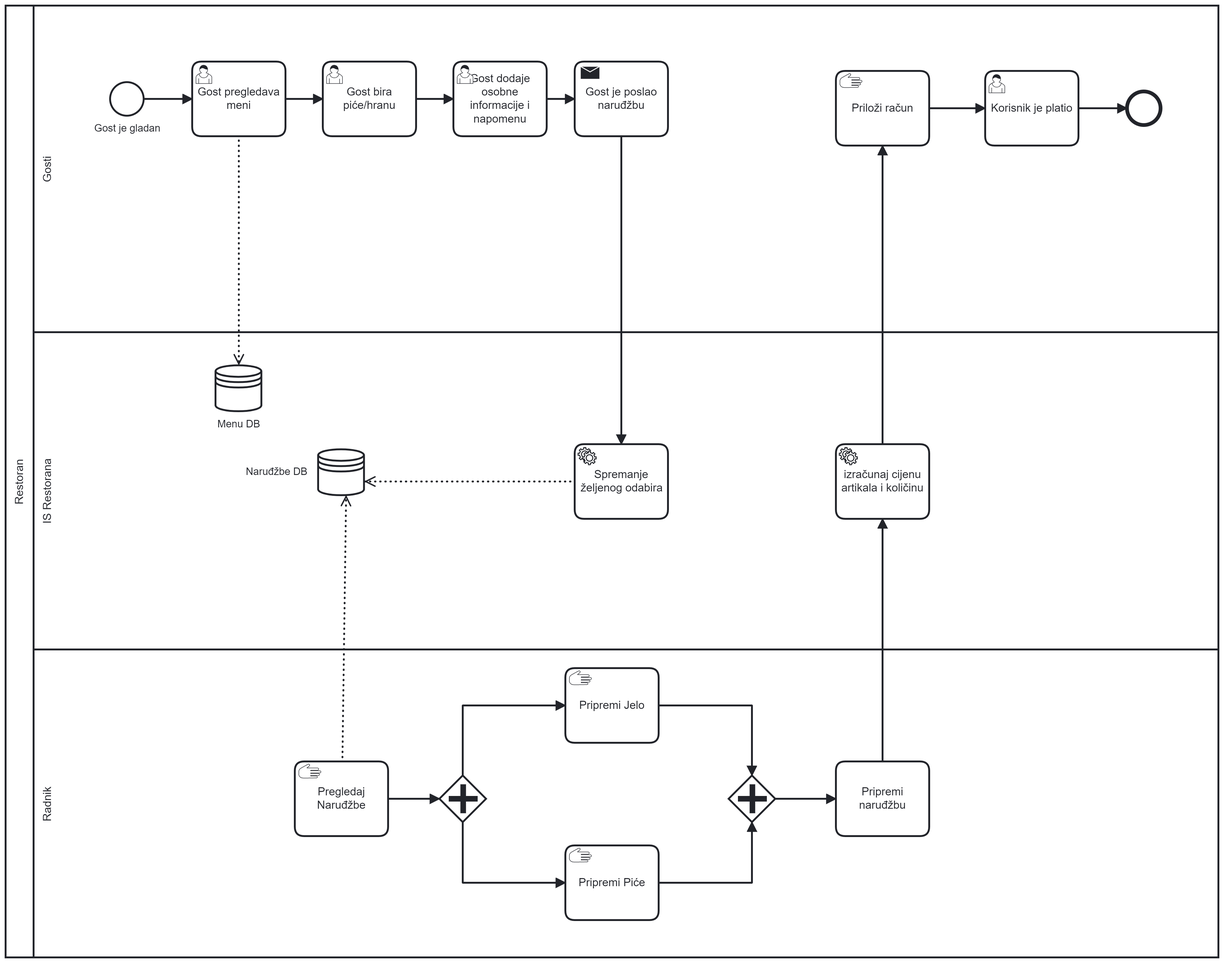
Before: high-level-model.png, a diagram exported from BPMN (Cabraja8/ProjektUPP). Its source is kept beside it as high-level-model.bpmn. Ids are renumbered.
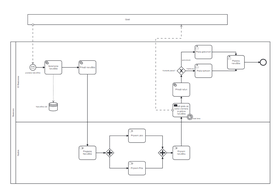
After the commit.

Commit message:
dodan kod za spremanje js koji sprema u 'bazi' prikazi.js prikazuje korisniku narudzbu i za kojeg gosta, racun.js ispisuje racun

The edit, as a diff of the source:
```diff
@@ -1,4 +1,4 @@
-<bpmn:definitions xmlns:bpmn="http://www.omg.org/spec/BPMN/20100524/MODEL" xmlns:bpmndi="http://www.omg.org/spec/BPMN/20100524/DI" xmlns:dc="http://www.omg.org/spec/DD/20100524/DC" xmlns:di="http://www.omg.org/spec/DD/20100524/DI" xmlns:modeler="http://camunda.org/schema/modeler/1.0" id="Definitions_n1" targetNamespace="http://bpmn.io/schema/bpmn" exporter="Camunda Modeler" exporterVersion="5.4.1" modeler:executionPlatform="Camunda Platform" modeler:executionPlatformVersion="7.18.0">
+<bpmn:definitions xmlns:bpmn="http://www.omg.org/spec/BPMN/20100524/MODEL" xmlns:bpmndi="http://www.omg.org/spec/BPMN/20100524/DI" xmlns:dc="http://www.omg.org/spec/DD/20100524/DC" xmlns:di="http://www.omg.org/spec/DD/20100524/DI" xmlns:camunda="http://camunda.org/schema/1.0/bpmn" xmlns:xsi="http://www.w3.org/2001/XMLSchema-instance" xmlns:modeler="http://camunda.org/schema/modeler/1.0" id="Definitions_n1" targetNamespace="http://bpmn.io/schema/bpmn" exporter="Camunda Modeler" exporterVersion="5.4.1" modeler:executionPlatform="Camunda Platform" modeler:executionPlatformVersion="7.18.0">
   <bpmn:collaboration id="Collaboration_n2">
     <bpmn:participant id="Participant_n3" name="Restoran" processRef="Process_n4" />
     <bpmn:participant id="Participant_n5" name="Gosti" />
@@ -31,9 +31,9 @@
     </bpmn:laneSet>
     <bpmn:startEvent id="StartEvent_1" name="poslana naruđžba">
       <bpmn:outgoing>Flow_n27</bpmn:outgoing>
-      <bpmn:messageEventDefinition id="MessageEventDefinition_n28" />
+      <bpmn:messageEventDefinition id="MessageEventDefinition_n28" messageRef="Message_n48" />
     </bpmn:startEvent>
-    <bpmn:serviceTask id="Activity_n11" name="Spremanje naruđžbe">
+    <bpmn:serviceTask id="Activity_n11" name="Spremanje naruđžbe" camunda:type="external" camunda:topic="spremanje">
       <bpmn:incoming>Flow_n27</bpmn:incoming>
       <bpmn:outgoing>Flow_n29</bpmn:outgoing>
       <bpmn:dataOutputAssociation id="DataOutputAssociation_n30">
@@ -41,7 +41,7 @@
       </bpmn:dataOutputAssociation>
     </bpmn:serviceTask>
     <bpmn:dataStoreReference id="DataStoreReference_n31" name="Naruđžbe DB" />
-    <bpmn:serviceTask id="Activity_n12" name="Prikaži naruđžbe">
+    <bpmn:serviceTask id="Activity_n12" name="Prikaži naruđžbe" camunda:type="external" camunda:topic="narudzbe">
       <bpmn:incoming>Flow_n29</bpmn:incoming>
       <bpmn:outgoing>Flow_n32</bpmn:outgoing>
     </bpmn:serviceTask>
@@ -71,11 +71,11 @@
       <bpmn:incoming>Flow_n38</bpmn:incoming>
       <bpmn:outgoing>Flow_n39</bpmn:outgoing>
     </bpmn:manualTask>
-    <bpmn:sendTask id="Activity_n8" name="Prikaži gostu za koliko vremena je gotova naruđžba">
+    <bpmn:sendTask id="Activity_n8" name="Prikaži gostu za koliko vremena je gotova naruđžba" camunda:type="external" camunda:topic="prikazi">
       <bpmn:incoming>Flow_n39</bpmn:incoming>
       <bpmn:outgoing>Flow_n40</bpmn:outgoing>
     </bpmn:sendTask>
-    <bpmn:serviceTask id="Activity_n13" name="Prikaži račun">
+    <bpmn:serviceTask id="Activity_n13" name="Prikaži račun" camunda:type="external" camunda:topic="racun">
       <bpmn:incoming>Flow_n40</bpmn:incoming>
       <bpmn:outgoing>Flow_n41</bpmn:outgoing>
     </bpmn:serviceTask>
@@ -95,8 +95,10 @@
     <bpmn:endEvent id="Event_n17">
       <bpmn:incoming>Flow_n46</bpmn:incoming>
     </bpmn:endEvent>
-    <bpmn:boundaryEvent id="Event_n18" attachedToRef="Activity_n8">
-      <bpmn:timerEventDefinition id="TimerEventDefinition_n47" />
+    <bpmn:boundaryEvent id="Event_n18" name="wait time" attachedToRef="Activity_n8">
+      <bpmn:timerEventDefinition id="TimerEventDefinition_n47">
+        <bpmn:timeDuration xsi:type="bpmn:tFormalExpression">PT15M</bpmn:timeDuration>
+      </bpmn:timerEventDefinition>
     </bpmn:boundaryEvent>
     <bpmn:sequenceFlow id="Flow_n27" sourceRef="StartEvent_1" targetRef="Activity_n11" />
     <bpmn:sequenceFlow id="Flow_n29" sourceRef="Activity_n11" targetRef="Activity_n12" />
@@ -110,8 +112,12 @@
     <bpmn:sequenceFlow id="Flow_n39" sourceRef="Activity_n26" targetRef="Activity_n8" />
     <bpmn:sequenceFlow id="Flow_n40" sourceRef="Activity_n8" targetRef="Activity_n13" />
     <bpmn:sequenceFlow id="Flow_n41" sourceRef="Activity_n13" targetRef="Gateway_n14" />
-    <bpmn:sequenceFlow id="Flow_n42" name="Karticom" sourceRef="Gateway_n14" targetRef="Activity_n15" />
-    <bpmn:sequenceFlow id="Flow_n43" name="gotovinom" sourceRef="Gateway_n14" targetRef="Activity_n16" />
+    <bpmn:sequenceFlow id="Flow_n42" name="Karticom" sourceRef="Gateway_n14" targetRef="Activity_n15">
+      <bpmn:conditionExpression xsi:type="bpmn:tFormalExpression">${karticom}</bpmn:conditionExpression>
+    </bpmn:sequenceFlow>
+    <bpmn:sequenceFlow id="Flow_n43" name="gotovinom" sourceRef="Gateway_n14" targetRef="Activity_n16">
+      <bpmn:conditionExpression xsi:type="bpmn:tFormalExpression">${gotovinom}</bpmn:conditionExpression>
+    </bpmn:sequenceFlow>
     <bpmn:sequenceFlow id="Flow_n44" sourceRef="Activity_n15" targetRef="Activity_n19" />
     <bpmn:sequenceFlow id="Flow_n45" sourceRef="Activity_n16" targetRef="Activity_n19" />
     <bpmn:sequenceFlow id="Flow_n46" sourceRef="Activity_n19" targetRef="Event_n17" />
@@ -121,18 +127,19 @@
       <bpmn:outgoing>Flow_n46</bpmn:outgoing>
     </bpmn:userTask>
   </bpmn:process>
+  <bpmn:message id="Message_n48" name="Narudzba" />
   <bpmndi:BPMNDiagram id="BPMNDiagram_1">
     <bpmndi:BPMNPlane id="BPMNPlane_1" bpmnElement="Collaboration_n2">
       <bpmndi:BPMNShape id="Participant_n3_di" bpmnElement="Participant_n3" isHorizontal="true">
         <dc:Bounds x="160" y="240" width="1520" height="830" />
         <bpmndi:BPMNLabel />
       </bpmndi:BPMNShape>
+      <bpmndi:BPMNShape id="Lane_n20_di" bpmnElement="Lane_n20" isHorizontal="true">
+        <dc:Bounds x="190" y="710" width="1490" height="360" />
+        <bpmndi:BPMNLabel />
+      </bpmndi:BPMNShape>
       <bpmndi:BPMNShape id="Lane_n10_di" bpmnElement="Lane_n10" isHorizontal="true">
         <dc:Bounds x="190" y="240" width="1490" height="470" />
-        <bpmndi:BPMNLabel />
-      </bpmndi:BPMNShape>
-      <bpmndi:BPMNShape id="Lane_n20_di" bpmnElement="Lane_n20" isHorizontal="true">
-        <dc:Bounds x="190" y="710" width="1490" height="360" />
         <bpmndi:BPMNLabel />
       </bpmndi:BPMNShape>
       <bpmndi:BPMNShape id="Event_1af2t2y_di" bpmnElement="StartEvent_1">
@@ -197,6 +204,9 @@
       </bpmndi:BPMNShape>
       <bpmndi:BPMNShape id="Event_13t12gb_di" bpmnElement="Event_n18">
         <dc:Bounds x="1192" y="662" width="36" height="36" />
+        <bpmndi:BPMNLabel>
+          <dc:Bounds x="1228" y="683" width="43" height="14" />
+        </bpmndi:BPMNLabel>
       </bpmndi:BPMNShape>
       <bpmndi:BPMNEdge id="Flow_n27_di" bpmnElement="Flow_n27">
         <di:waypoint x="308" y="390" />
@@ -262,7 +272,7 @@
         <di:waypoint x="1160" y="300" />
         <di:waypoint x="1240" y="300" />
         <bpmndi:BPMNLabel>
-          <dc:Bounds x="1150" y="340" width="51" height="14" />
+          <dc:Bounds x="1164" y="340" width="51" height="14" />
         </bpmndi:BPMNLabel>
       </bpmndi:BPMNEdge>
       <bpmndi:BPMNEdge id="Flow_n44_di" bpmnElement="Flow_n44">
@@ -283,13 +293,13 @@
         <dc:Bounds x="260" y="80" width="1170" height="60" />
         <bpmndi:BPMNLabel />
       </bpmndi:BPMNShape>
+      <bpmndi:BPMNEdge id="DataOutputAssociation_n30_di" bpmnElement="DataOutputAssociation_n30">
+        <di:waypoint x="410" y="430" />
+        <di:waypoint x="410" y="595" />
+      </bpmndi:BPMNEdge>
       <bpmndi:BPMNEdge id="Flow_n6_di" bpmnElement="Flow_n6">
         <di:waypoint x="290" y="140" />
         <di:waypoint x="290" y="372" />
-      </bpmndi:BPMNEdge>
-      <bpmndi:BPMNEdge id="DataOutputAssociation_n30_di" bpmnElement="DataOutputAssociation_n30">
-        <di:waypoint x="410" y="430" />
-        <di:waypoint x="410" y="595" />
       </bpmndi:BPMNEdge>
       <bpmndi:BPMNEdge id="Flow_n7_di" bpmnElement="Flow_n7">
         <di:waypoint x="1110" y="640" />
```
